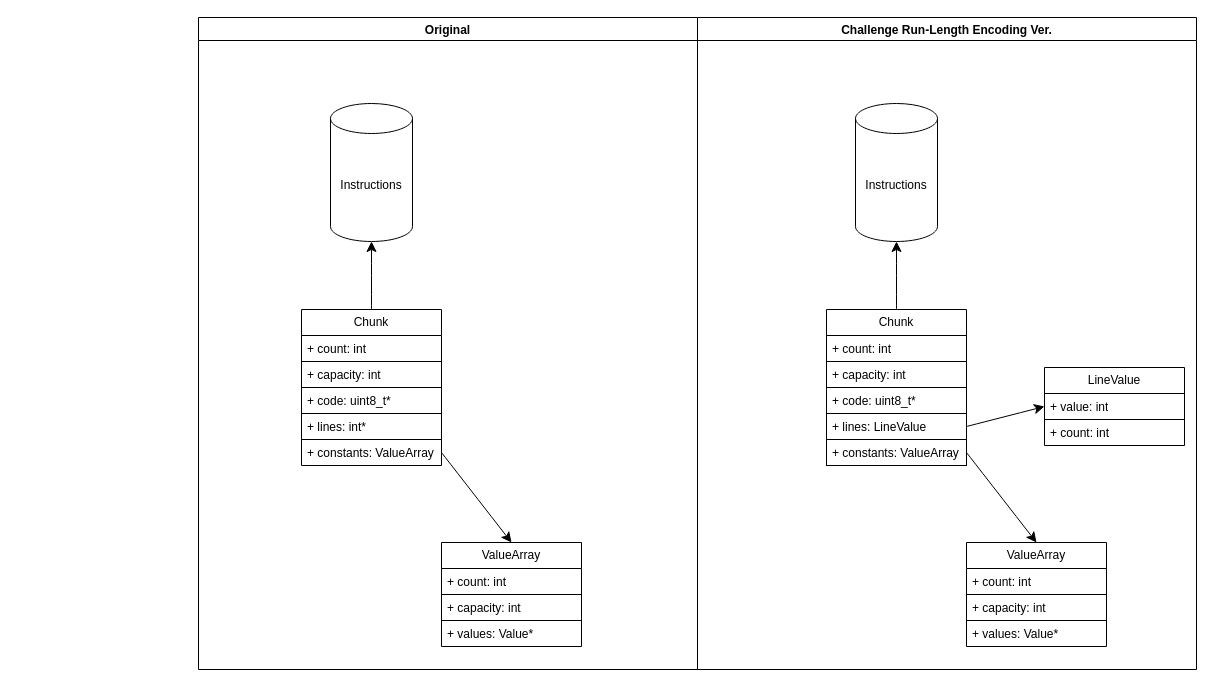
This is Crafting Interpreters/Structure.drawio from Maru1301/books, a draw.io file, before an edit. Source tidied: cells renumbered, new cells numbered last; positions are measured from the earlier drawing's top-left corner, leaving out a move shared by most shapes. Both pictures are drawn from the tidied source at 100%, with x=0, y=0 at pixel (198, 17).
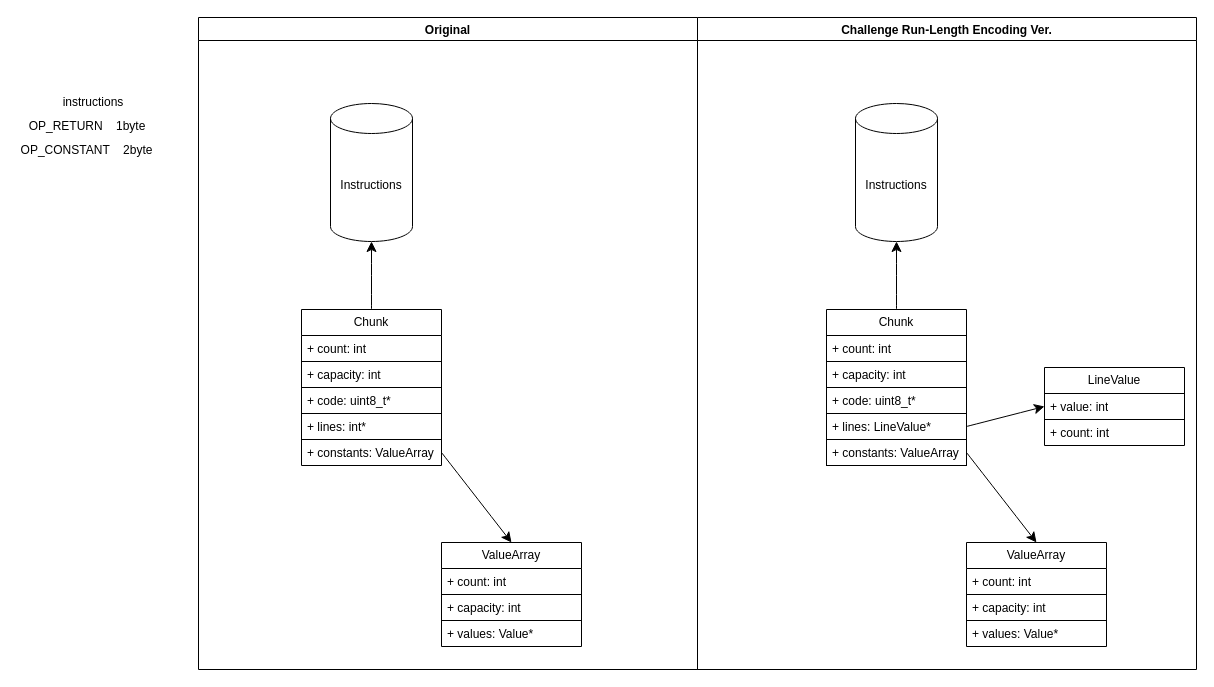
The same page after the edit.

Unchanged cells that the change refers to:
```xml
<mxCell id="23" value="Chunk" style="swimlane;fontStyle=0;horizontal=1;startSize=26;fillColor=none;whiteSpace=wrap;html=1;strokeColor=default;" parent="16" vertex="1">
  <mxGeometry x="129" y="292" width="140" height="156" as="geometry" />
</mxCell>
```

The edit, as a diff of the source:
```diff
@@
-    <mxCell id="27" value="+ lines: LineValue" style="text;strokeColor=default;fillColor=none;align=left;verticalAlign=top;spacingLeft=4;spacingRight=4;overflow=hidden;points=[[0,0.5],[1,0.5]];portConstraint=eastwest;whiteSpace=wrap;html=1;" parent="23" vertex="1">
+    <mxCell id="27" value="+ lines: LineValue*" style="text;strokeColor=default;fillColor=none;align=left;verticalAlign=top;spacingLeft=4;spacingRight=4;overflow=hidden;points=[[0,0.5],[1,0.5]];portConstraint=eastwest;whiteSpace=wrap;html=1;" parent="23" vertex="1">
       <mxGeometry y="104" width="140" height="26" as="geometry" />
     </mxCell>
@@
+    <mxCell id="34" style="group;" parent="1" vertex="1">
+      <mxGeometry x="-181" y="70" width="139" height="78" as="geometry" />
+    </mxCell>
+    <mxCell id="35" value="instructions" style="text;html=1;align=center;verticalAlign=middle;whiteSpace=wrap;rounded=0;" parent="34" vertex="1">
+      <mxGeometry x="45.5" width="60" height="30" as="geometry" />
+    </mxCell>
+    <mxCell id="36" value="OP_RETURN&amp;nbsp; &amp;nbsp; 1byte" style="text;html=1;align=center;verticalAlign=middle;whiteSpace=wrap;rounded=0;" parent="34" vertex="1">
+      <mxGeometry x="3.5" y="24" width="132" height="30" as="geometry" />
+    </mxCell>
+    <mxCell id="37" value="OP_CONSTANT&amp;nbsp; &amp;nbsp; 2byte" style="text;html=1;align=center;verticalAlign=middle;whiteSpace=wrap;rounded=0;" parent="34" vertex="1">
+      <mxGeometry y="48" width="139" height="30" as="geometry" />
+    </mxCell>
```
